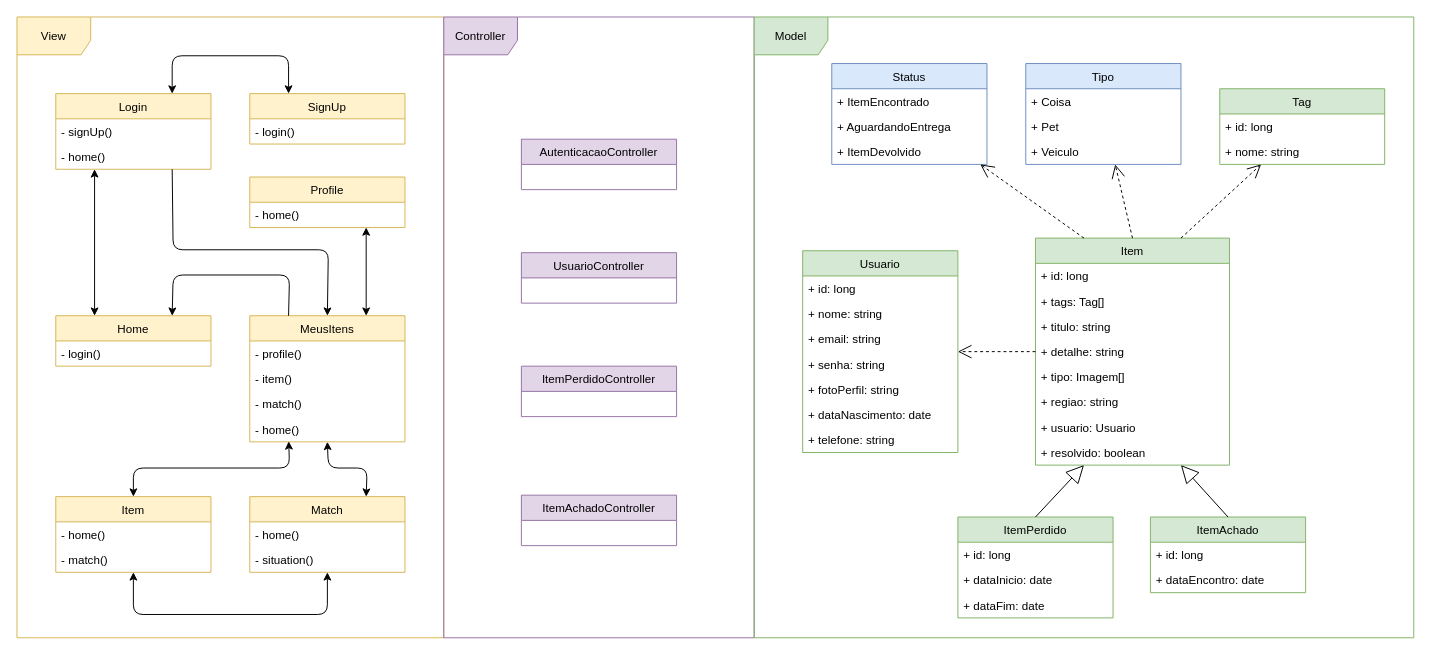
The draw.io diagram docs/DCE/Diagrama_DCE_v2.drawio in lucasgmagalhaes/Achei, before the edit. Source tidied: cells renumbered, new cells numbered last; positions are measured from the earlier drawing's top-left corner, leaving out a move shared by most shapes. Both pictures are drawn from the tidied source at 97%, with x=0, y=0 at pixel (16, 16).
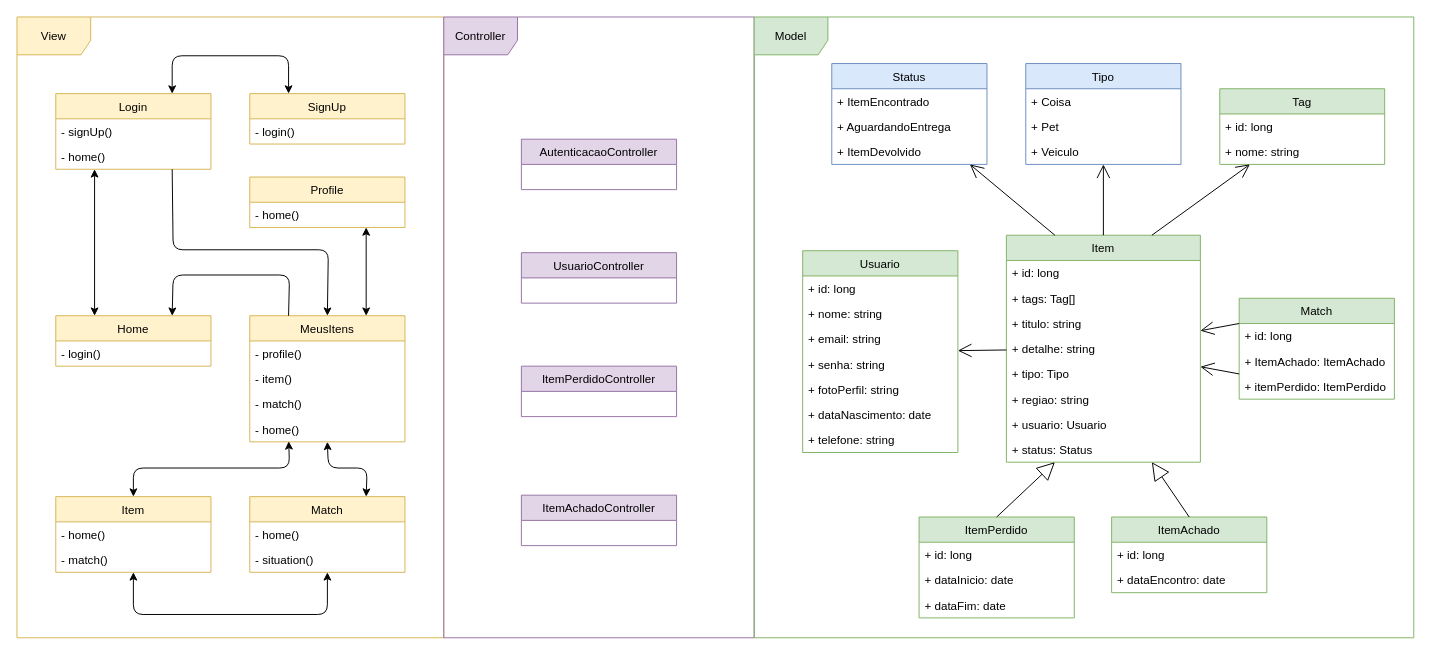
Above is the later version.

The change refers to these unchanged cells:
```xml
<mxCell id="14" value="Tag" style="swimlane;fontStyle=0;horizontal=1;startSize=26;fillColor=#d5e8d4;strokeColor=#82b366;" parent="1" vertex="1">
  <mxGeometry x="1240" y="74" width="170" height="78" as="geometry" />
</mxCell>
<mxCell id="24" value="Usuario" style="swimlane;fontStyle=0;horizontal=1;startSize=26;fillColor=#d5e8d4;strokeColor=#82b366;" parent="1" vertex="1">
  <mxGeometry x="810" y="241" width="160" height="208" as="geometry" />
</mxCell>
<mxCell id="32" value="Status" style="swimlane;fontStyle=0;horizontal=1;startSize=26;fillColor=#dae8fc;strokeColor=#6c8ebf;" parent="1" vertex="1">
  <mxGeometry x="840" y="48" width="160" height="104" as="geometry" />
</mxCell>
<mxCell id="69" value="Tipo" style="swimlane;fontStyle=0;horizontal=1;startSize=26;fillColor=#dae8fc;strokeColor=#6c8ebf;" parent="1" vertex="1">
  <mxGeometry x="1040" y="48" width="160" height="104" as="geometry" />
</mxCell>
```

What changed in the source:
```diff
@@
     <mxCell id="5" value="Item" style="swimlane;fontStyle=0;horizontal=1;startSize=26;fillColor=#d5e8d4;strokeColor=#82b366;" parent="1" vertex="1">
-      <mxGeometry x="1050" y="228" width="200" height="234" as="geometry" />
+      <mxGeometry x="1020" y="225" width="200" height="234" as="geometry" />
     </mxCell>
@@
-    <mxCell id="10" value="+ tipo: Imagem[]" style="text;strokeColor=none;fillColor=none;align=left;verticalAlign=top;spacingLeft=4;spacingRight=4;overflow=hidden;" parent="5" vertex="1">
+    <mxCell id="10" value="+ tipo: Tipo" style="text;strokeColor=none;fillColor=none;align=left;verticalAlign=top;spacingLeft=4;spacingRight=4;overflow=hidden;" parent="5" vertex="1">
       <mxGeometry y="130" width="200" height="26" as="geometry" />
     </mxCell>
@@
-    <mxCell id="13" value="+ resolvido: boolean" style="text;strokeColor=none;fillColor=none;align=left;verticalAlign=top;spacingLeft=4;spacingRight=4;overflow=hidden;" parent="5" vertex="1">
+    <mxCell id="13" value="+ status: Status" style="text;strokeColor=none;fillColor=none;align=left;verticalAlign=top;spacingLeft=4;spacingRight=4;overflow=hidden;" parent="5" vertex="1">
       <mxGeometry y="208" width="200" height="26" as="geometry" />
     </mxCell>
@@
     <mxCell id="17" value="ItemPerdido" style="swimlane;fontStyle=0;horizontal=1;startSize=26;fillColor=#d5e8d4;strokeColor=#82b366;" parent="1" vertex="1">
-      <mxGeometry x="970" y="515.5" width="160" height="104" as="geometry" />
+      <mxGeometry x="930" y="515.5" width="160" height="104" as="geometry" />
     </mxCell>
@@
     <mxCell id="21" value="ItemAchado" style="swimlane;fontStyle=0;horizontal=1;startSize=26;fillColor=#d5e8d4;strokeColor=#82b366;" parent="1" vertex="1">
-      <mxGeometry x="1168.5" y="515.5" width="160" height="78" as="geometry" />
+      <mxGeometry x="1128.5" y="515.5" width="160" height="78" as="geometry" />
     </mxCell>
@@
-    <mxCell id="73" style="endArrow=open;endSize=12;dashed=1;html=1;exitX=0.75;exitY=0;exitDx=0;exitDy=0;" parent="1" edge="1" source="5" target="14">
+    <mxCell id="73" style="endArrow=open;endSize=12;html=1;exitX=0.75;exitY=0;exitDx=0;exitDy=0;" parent="1" edge="1" source="5" target="14">
       <mxGeometry relative="1" as="geometry" />
     </mxCell>
-    <mxCell id="74" style="endArrow=open;endSize=12;dashed=1;html=1;exitX=0.5;exitY=0;exitDx=0;exitDy=0;" parent="1" edge="1" source="5" target="69">
+    <mxCell id="74" style="endArrow=open;endSize=12;html=1;exitX=0.5;exitY=0;exitDx=0;exitDy=0;" parent="1" edge="1" source="5" target="69">
       <mxGeometry relative="1" as="geometry" />
     </mxCell>
-    <mxCell id="75" style="endArrow=open;endSize=12;dashed=1;html=1;exitX=0.25;exitY=0;exitDx=0;exitDy=0;" parent="1" edge="1" source="5" target="32">
+    <mxCell id="75" style="endArrow=open;endSize=12;html=1;exitX=0.25;exitY=0;exitDx=0;exitDy=0;" parent="1" edge="1" source="5" target="32">
       <mxGeometry relative="1" as="geometry" />
     </mxCell>
@@
-    <mxCell id="77" style="endArrow=open;endSize=12;dashed=1;html=1;" parent="1" edge="1" source="5" target="24">
+    <mxCell id="77" style="endArrow=open;endSize=12;html=1;" parent="1" edge="1" source="5" target="24">
       <mxGeometry relative="1" as="geometry" />
     </mxCell>
+    <mxCell id="78" value="Match" style="swimlane;fontStyle=0;horizontal=1;startSize=26;fillColor=#d5e8d4;strokeColor=#82b366;" parent="1" vertex="1">
+      <mxGeometry x="1260" y="290" width="160" height="104" as="geometry" />
+    </mxCell>
+    <mxCell id="79" value="+ id: long" style="text;strokeColor=none;fillColor=none;align=left;verticalAlign=top;spacingLeft=4;spacingRight=4;overflow=hidden;" parent="78" vertex="1">
+      <mxGeometry y="26" width="160" height="26" as="geometry" />
+    </mxCell>
+    <mxCell id="80" value="+ ItemAchado: ItemAchado" style="text;strokeColor=none;fillColor=none;align=left;verticalAlign=top;spacingLeft=4;spacingRight=4;overflow=hidden;" parent="78" vertex="1">
+      <mxGeometry y="52" width="160" height="26" as="geometry" />
+    </mxCell>
+    <mxCell id="81" value="+ itemPerdido: ItemPerdido" style="text;strokeColor=none;fillColor=none;align=left;verticalAlign=top;spacingLeft=4;spacingRight=4;overflow=hidden;" parent="78" vertex="1">
+      <mxGeometry y="78" width="160" height="26" as="geometry" />
+    </mxCell>
+    <mxCell id="82" style="endArrow=open;endSize=12;html=1;exitX=0;exitY=0.25;exitDx=0;exitDy=0;" parent="1" edge="1" source="78" target="5">
+      <mxGeometry relative="1" as="geometry" />
+    </mxCell>
+    <mxCell id="83" style="endArrow=open;endSize=12;html=1;exitX=0;exitY=0.75;exitDx=0;exitDy=0;" parent="1" edge="1" source="78" target="5">
+      <mxGeometry relative="1" as="geometry" />
+    </mxCell>
```
